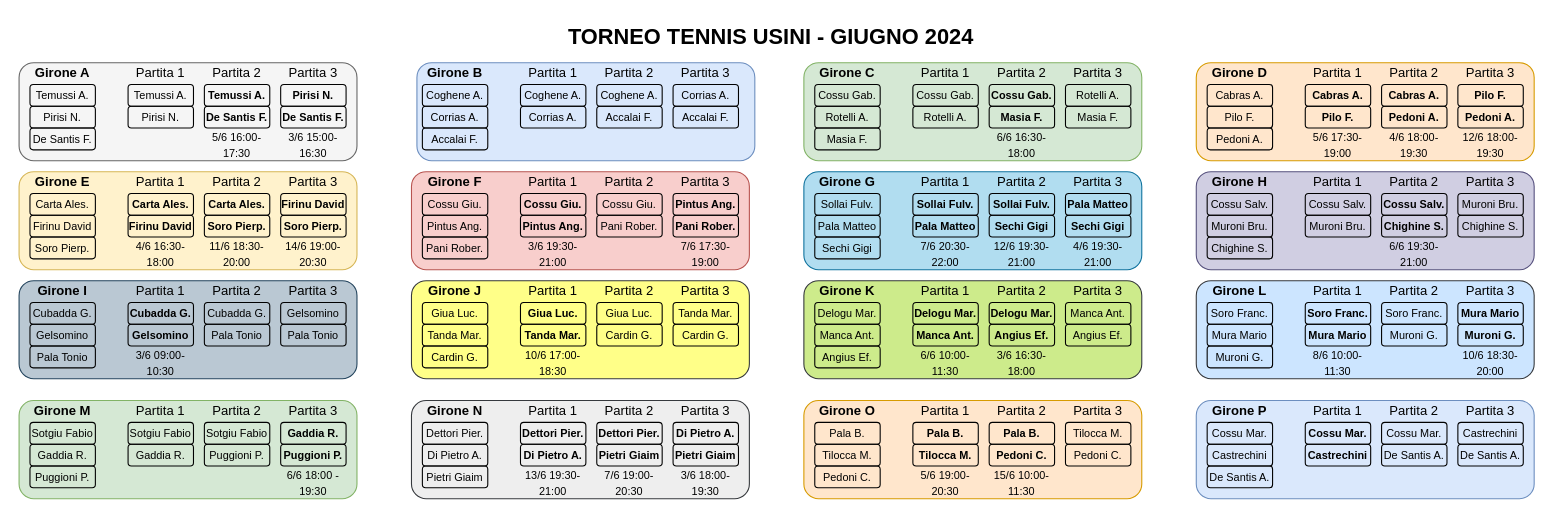
Before: gironi.drawio in torneo-tennis/torneo, a draw.io diagram. Source tidied: cells renumbered, new cells numbered last; positions are measured from the earlier drawing's top-left corner, leaving out a move shared by most shapes. Both pictures are drawn from the tidied source at 109%, with x=0, y=0 at pixel (19, 19).
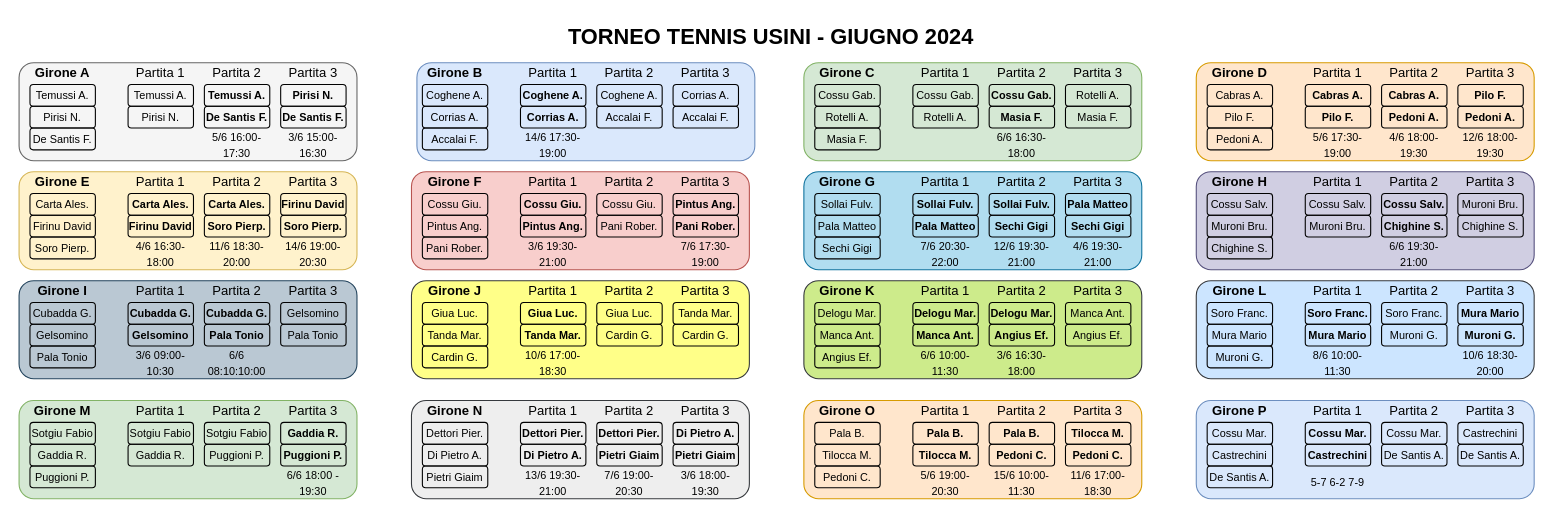
The same diagram, later.

What changed in the source:
```diff
@@
-    <mxCell id="140" value="&lt;font style=&quot;font-size: 10px;&quot;&gt;Cubadda G.&lt;br&gt;&lt;/font&gt;" style="rounded=1;whiteSpace=wrap;html=1;fillColor=none;" parent="1" vertex="1">
+    <mxCell id="140" value="&lt;font style=&quot;font-size: 10px;&quot;&gt;Cubadda G.&lt;br&gt;&lt;/font&gt;" style="rounded=1;whiteSpace=wrap;html=1;fillColor=none;fontStyle=1;" parent="1" vertex="1">
       <mxGeometry x="170" y="260" width="60" height="20" as="geometry" />
     </mxCell>
@@
-    <mxCell id="147" value="&lt;font style=&quot;font-size: 10px;&quot;&gt;Pala Tonio&lt;br&gt;&lt;/font&gt;" style="rounded=1;whiteSpace=wrap;html=1;fillColor=none;" parent="1" vertex="1">
+    <mxCell id="147" value="&lt;font style=&quot;font-size: 10px;&quot;&gt;Pala Tonio&lt;br&gt;&lt;/font&gt;" style="rounded=1;whiteSpace=wrap;html=1;fillColor=none;fontStyle=1;" parent="1" vertex="1">
       <mxGeometry x="170" y="280" width="60" height="20" as="geometry" />
     </mxCell>
@@
-    <mxCell id="155" value="&lt;font style=&quot;font-size: 10px;&quot;&gt;Coghene A.&lt;br&gt;&lt;/font&gt;" style="rounded=1;whiteSpace=wrap;html=1;fillColor=none;" parent="1" vertex="1">
+    <mxCell id="155" value="&lt;font style=&quot;font-size: 10px;&quot;&gt;Coghene A.&lt;br&gt;&lt;/font&gt;" style="rounded=1;whiteSpace=wrap;html=1;fillColor=none;fontStyle=1;" parent="1" vertex="1">
       <mxGeometry x="460" y="60" width="60" height="20" as="geometry" />
     </mxCell>
@@
-    <mxCell id="157" value="&lt;font style=&quot;font-size: 10px;&quot;&gt;Corrias A.&lt;br&gt;&lt;/font&gt;" style="rounded=1;whiteSpace=wrap;html=1;fillColor=none;" parent="1" vertex="1">
+    <mxCell id="157" value="&lt;font style=&quot;font-size: 10px;&quot;&gt;Corrias A.&lt;br&gt;&lt;/font&gt;" style="rounded=1;whiteSpace=wrap;html=1;fillColor=none;fontStyle=1;" parent="1" vertex="1">
       <mxGeometry x="460" y="80" width="60" height="20" as="geometry" />
     </mxCell>
@@
-    <mxCell id="200" value="&lt;font style=&quot;font-size: 10px;&quot;&gt;Tilocca M.&lt;/font&gt;" style="rounded=1;whiteSpace=wrap;html=1;fillColor=none;" parent="1" vertex="1">
+    <mxCell id="200" value="&lt;font style=&quot;font-size: 10px;&quot;&gt;Tilocca M.&lt;/font&gt;" style="rounded=1;whiteSpace=wrap;html=1;fillColor=none;fontStyle=1;" parent="1" vertex="1">
       <mxGeometry x="960" y="370" width="60" height="20" as="geometry" />
     </mxCell>
@@
-    <mxCell id="202" value="&lt;font style=&quot;font-size: 10px;&quot;&gt;Pedoni C.&lt;br&gt;&lt;/font&gt;" style="rounded=1;whiteSpace=wrap;html=1;fillColor=none;" parent="1" vertex="1">
+    <mxCell id="202" value="&lt;font style=&quot;font-size: 10px;&quot;&gt;Pedoni C.&lt;br&gt;&lt;/font&gt;" style="rounded=1;whiteSpace=wrap;html=1;fillColor=none;fontStyle=1;" parent="1" vertex="1">
       <mxGeometry x="960" y="390" width="60" height="20" as="geometry" />
     </mxCell>
@@
+    <mxCell id="254" value="&lt;font style=&quot;font-size: 10px;&quot;&gt;14/6 17:30-19:00&lt;font style=&quot;font-size: 10px;&quot;&gt;&lt;br&gt;&lt;/font&gt;&lt;/font&gt;" style="text;html=1;align=center;verticalAlign=middle;whiteSpace=wrap;rounded=0;fontStyle=0;" parent="1" vertex="1">
+      <mxGeometry x="460" y="100" width="60" height="30" as="geometry" />
+    </mxCell>
+    <mxCell id="255" value="&lt;font style=&quot;font-size: 10px;&quot;&gt;11/6 17:00-18:30&lt;font style=&quot;font-size: 10px;&quot;&gt;&lt;br&gt;&lt;/font&gt;&lt;/font&gt;" style="text;html=1;align=center;verticalAlign=middle;whiteSpace=wrap;rounded=0;" parent="1" vertex="1">
+      <mxGeometry x="960" y="410" width="60" height="30" as="geometry" />
+    </mxCell>
+    <mxCell id="256" value="&lt;font style=&quot;font-size: 10px;&quot;&gt;5-7 6-2 7-9&lt;/font&gt;" style="text;html=1;align=center;verticalAlign=middle;whiteSpace=wrap;rounded=0;fontStyle=0;" parent="1" vertex="1">
+      <mxGeometry x="1180" y="410" width="60" height="30" as="geometry" />
+    </mxCell>
+    <mxCell id="257" value="&lt;font style=&quot;font-size: 10px;&quot;&gt;6/6 08:10:10:00&lt;br&gt;&lt;/font&gt;" style="text;html=1;align=center;verticalAlign=middle;whiteSpace=wrap;rounded=0;" parent="1" vertex="1">
+      <mxGeometry x="170" y="300" width="60" height="30" as="geometry" />
+    </mxCell>
```
